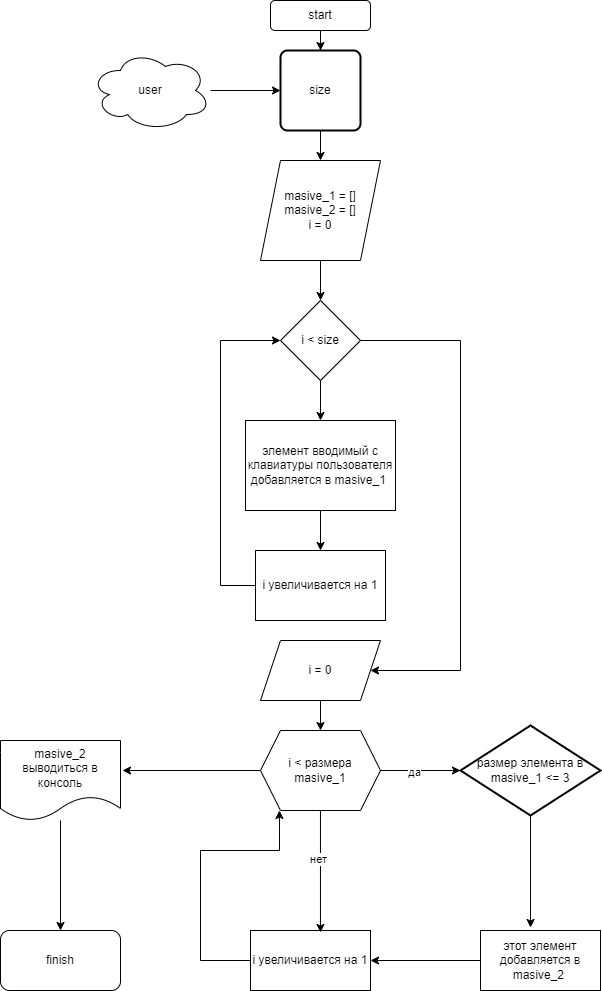
Above: блок-схема.png in usermld/Certification (draw.io), before the change. Source tidied: cells renumbered, new cells last; positions are measured from the earlier drawing's top-left corner, leaving out a move shared by most shapes. Its diagram source:
```xml
<mxGraphModel>
  <root>
    <mxCell id="0" />
    <mxCell id="1" parent="0" />
    <mxCell id="2" style="edgeStyle=orthogonalEdgeStyle;rounded=0;jettySize=auto;html=1;" parent="1" edge="1" source="3" target="12">
      <mxGeometry relative="1" as="geometry" />
    </mxCell>
    <mxCell id="3" value="start" style="rounded=1;whiteSpace=wrap;html=1;" parent="1" vertex="1">
      <mxGeometry x="270" width="100" height="30" as="geometry" />
    </mxCell>
    <mxCell id="4" style="edgeStyle=orthogonalEdgeStyle;rounded=0;jettySize=auto;html=1;" parent="1" edge="1" source="5" target="10">
      <mxGeometry relative="1" as="geometry" />
    </mxCell>
    <mxCell id="5" value="masive_1 = []&lt;br&gt;masive_2 = []&lt;br&gt;i = 0" style="shape=parallelogram;perimeter=parallelogramPerimeter;whiteSpace=wrap;html=1;fixedSize=1;" parent="1" vertex="1">
      <mxGeometry x="260" y="160" width="120" height="100" as="geometry" />
    </mxCell>
    <mxCell id="6" style="edgeStyle=orthogonalEdgeStyle;rounded=0;jettySize=auto;html=1;" parent="1" edge="1" source="7" target="12">
      <mxGeometry relative="1" as="geometry" />
    </mxCell>
    <mxCell id="7" value="user" style="ellipse;shape=cloud;whiteSpace=wrap;html=1;" parent="1" vertex="1">
      <mxGeometry x="90" y="50" width="120" height="80" as="geometry" />
    </mxCell>
    <mxCell id="8" style="edgeStyle=orthogonalEdgeStyle;rounded=0;jettySize=auto;html=1;" parent="1" edge="1" source="10" target="14">
      <mxGeometry relative="1" as="geometry" />
    </mxCell>
    <mxCell id="9" style="edgeStyle=orthogonalEdgeStyle;rounded=0;jettySize=auto;html=1;entryX=1;entryY=0.5;entryDx=0;entryDy=0;" parent="1" edge="1" source="10" target="18">
      <mxGeometry relative="1" as="geometry">
        <Array as="points">
          <mxPoint x="460" y="340" />
          <mxPoint x="460" y="670" />
        </Array>
      </mxGeometry>
    </mxCell>
    <mxCell id="10" value="i &amp;lt; size" style="rhombus;whiteSpace=wrap;html=1;" parent="1" vertex="1">
      <mxGeometry x="280" y="300" width="80" height="80" as="geometry" />
    </mxCell>
    <mxCell id="11" style="edgeStyle=orthogonalEdgeStyle;rounded=0;jettySize=auto;html=1;entryX=0.5;entryY=0;entryDx=0;entryDy=0;" parent="1" edge="1" source="12" target="5">
      <mxGeometry relative="1" as="geometry" />
    </mxCell>
    <mxCell id="12" value="size" style="rounded=1;whiteSpace=wrap;html=1;absoluteArcSize=1;arcSize=14;strokeWidth=2;" parent="1" vertex="1">
      <mxGeometry x="280" y="50" width="80" height="80" as="geometry" />
    </mxCell>
    <mxCell id="13" style="edgeStyle=orthogonalEdgeStyle;rounded=0;jettySize=auto;html=1;" parent="1" edge="1" source="14" target="16">
      <mxGeometry relative="1" as="geometry" />
    </mxCell>
    <mxCell id="14" value="элемент вводимый с клавиатуры пользователя добавляется в masive_1&amp;nbsp;" style="rounded=0;whiteSpace=wrap;html=1;" parent="1" vertex="1">
      <mxGeometry x="245" y="420" width="150" height="90" as="geometry" />
    </mxCell>
    <mxCell id="15" style="edgeStyle=orthogonalEdgeStyle;rounded=0;jettySize=auto;html=1;entryX=0;entryY=0.5;entryDx=0;entryDy=0;" parent="1" edge="1" source="16" target="10">
      <mxGeometry relative="1" as="geometry">
        <Array as="points">
          <mxPoint x="220" y="585" />
          <mxPoint x="220" y="340" />
        </Array>
      </mxGeometry>
    </mxCell>
    <mxCell id="16" value="i увеличивается на 1" style="rounded=0;whiteSpace=wrap;html=1;" parent="1" vertex="1">
      <mxGeometry x="255" y="550" width="130" height="70" as="geometry" />
    </mxCell>
    <mxCell id="17" style="edgeStyle=orthogonalEdgeStyle;rounded=0;jettySize=auto;html=1;entryX=0.5;entryY=0;entryDx=0;entryDy=0;" parent="1" edge="1" source="18" target="24">
      <mxGeometry relative="1" as="geometry" />
    </mxCell>
    <mxCell id="18" value="i = 0" style="shape=parallelogram;perimeter=parallelogramPerimeter;whiteSpace=wrap;html=1;fixedSize=1;" parent="1" vertex="1">
      <mxGeometry x="260" y="640" width="120" height="60" as="geometry" />
    </mxCell>
    <mxCell id="19" value="размер элемента в masive_1 &amp;lt;= 3" style="strokeWidth=2;html=1;shape=mxgraph.flowchart.decision;whiteSpace=wrap;" parent="1" vertex="1">
      <mxGeometry x="460" y="725" width="140" height="90" as="geometry" />
    </mxCell>
    <mxCell id="20" style="edgeStyle=orthogonalEdgeStyle;rounded=0;jettySize=auto;html=1;entryX=1;entryY=0.5;entryDx=0;entryDy=0;" parent="1" edge="1" source="21" target="22">
      <mxGeometry relative="1" as="geometry" />
    </mxCell>
    <mxCell id="21" value="этот элемент добавляется в masive_2&amp;nbsp;" style="rounded=0;whiteSpace=wrap;html=1;" parent="1" vertex="1">
      <mxGeometry x="480" y="930" width="120" height="60" as="geometry" />
    </mxCell>
    <mxCell id="22" value="i увеличивается на 1" style="rounded=0;whiteSpace=wrap;html=1;" parent="1" vertex="1">
      <mxGeometry x="250" y="930" width="120" height="60" as="geometry" />
    </mxCell>
    <mxCell id="23" style="edgeStyle=orthogonalEdgeStyle;rounded=0;jettySize=auto;html=1;entryX=0.417;entryY=-0.05;entryDx=0;entryDy=0;entryPerimeter=0;" parent="1" edge="1" source="19" target="21">
      <mxGeometry relative="1" as="geometry" />
    </mxCell>
    <mxCell id="24" value="i &amp;lt; размера masive_1" style="shape=hexagon;perimeter=hexagonPerimeter2;whiteSpace=wrap;html=1;fixedSize=1;" parent="1" vertex="1">
      <mxGeometry x="260" y="730" width="120" height="80" as="geometry" />
    </mxCell>
    <mxCell id="25" style="edgeStyle=orthogonalEdgeStyle;rounded=0;jettySize=auto;html=1;entryX=0;entryY=0.5;entryDx=0;entryDy=0;entryPerimeter=0;" parent="1" edge="1" source="24" target="19">
      <mxGeometry relative="1" as="geometry" />
    </mxCell>
    <mxCell id="26" value="да" style="edgeLabel;html=1;align=center;verticalAlign=middle;" parent="25" vertex="1">
      <mxGeometry x="-0.17" y="-1" relative="1" as="geometry" />
    </mxCell>
    <mxCell id="27" style="edgeStyle=orthogonalEdgeStyle;rounded=0;jettySize=auto;html=1;entryX=0.158;entryY=1;entryDx=0;entryDy=0;entryPerimeter=0;" parent="1" edge="1" source="22" target="24">
      <mxGeometry relative="1" as="geometry">
        <Array as="points">
          <mxPoint x="200" y="960" />
          <mxPoint x="200" y="850" />
          <mxPoint x="279" y="850" />
        </Array>
      </mxGeometry>
    </mxCell>
    <mxCell id="28" style="edgeStyle=orthogonalEdgeStyle;rounded=0;jettySize=auto;html=1;entryX=0.583;entryY=0.033;entryDx=0;entryDy=0;entryPerimeter=0;" parent="1" edge="1" source="24" target="22">
      <mxGeometry relative="1" as="geometry" />
    </mxCell>
    <mxCell id="29" value="нет" style="edgeLabel;html=1;align=center;verticalAlign=middle;" parent="28" vertex="1">
      <mxGeometry x="-0.21" y="-2" relative="1" as="geometry" />
    </mxCell>
    <mxCell id="30" style="edgeStyle=orthogonalEdgeStyle;rounded=0;jettySize=auto;html=1;entryX=0.5;entryY=0;entryDx=0;entryDy=0;" parent="1" edge="1" source="31" target="32">
      <mxGeometry relative="1" as="geometry" />
    </mxCell>
    <mxCell id="31" value="masive_2 выводиться в консоль" style="shape=document;whiteSpace=wrap;html=1;boundedLbl=1;" parent="1" vertex="1">
      <mxGeometry y="740" width="120" height="80" as="geometry" />
    </mxCell>
    <mxCell id="32" value="finish" style="rounded=1;whiteSpace=wrap;html=1;" parent="1" vertex="1">
      <mxGeometry y="930" width="120" height="60" as="geometry" />
    </mxCell>
    <mxCell id="33" style="edgeStyle=orthogonalEdgeStyle;rounded=0;jettySize=auto;html=1;entryX=1.017;entryY=0.375;entryDx=0;entryDy=0;entryPerimeter=0;" parent="1" edge="1" source="24" target="31">
      <mxGeometry relative="1" as="geometry" />
    </mxCell>
  </root>
</mxGraphModel>
```
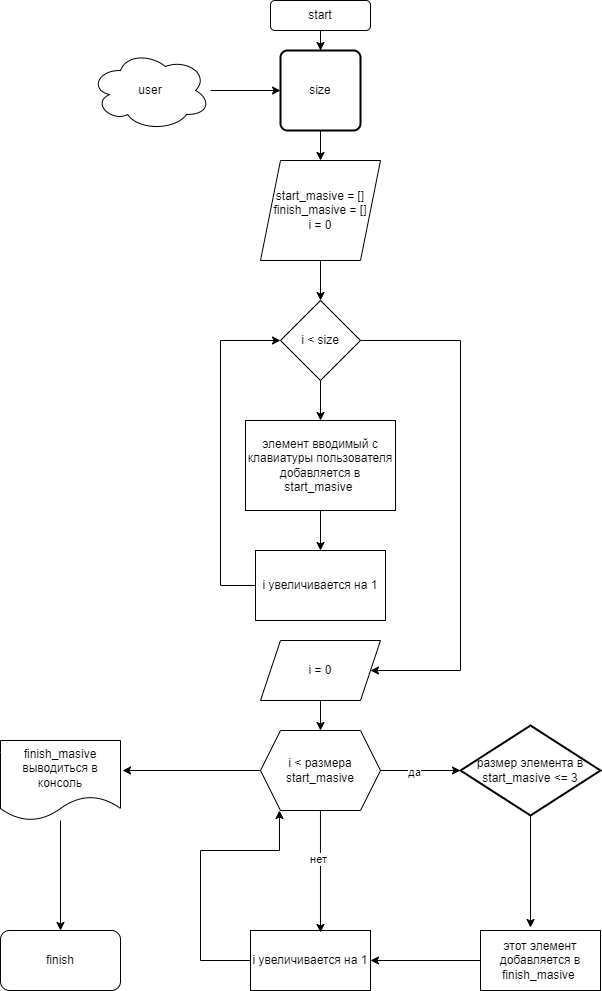
After the change.

Commit message:
изменил блок-схему, переиминовал переменые в коде и доптсал README

Diff of the diagram source:
```diff
@@ -11,7 +11,7 @@
     <mxCell id="4" style="edgeStyle=orthogonalEdgeStyle;rounded=0;jettySize=auto;html=1;" parent="1" edge="1" source="5" target="10">
       <mxGeometry relative="1" as="geometry" />
     </mxCell>
-    <mxCell id="5" value="masive_1 = []&lt;br&gt;masive_2 = []&lt;br&gt;i = 0" style="shape=parallelogram;perimeter=parallelogramPerimeter;whiteSpace=wrap;html=1;fixedSize=1;" parent="1" vertex="1">
+    <mxCell id="5" value="start_masive = []&lt;br&gt;finish_masive = []&lt;br&gt;i = 0" style="shape=parallelogram;perimeter=parallelogramPerimeter;whiteSpace=wrap;html=1;fixedSize=1;" parent="1" vertex="1">
       <mxGeometry x="260" y="160" width="120" height="100" as="geometry" />
     </mxCell>
     <mxCell id="6" style="edgeStyle=orthogonalEdgeStyle;rounded=0;jettySize=auto;html=1;" parent="1" edge="1" source="7" target="12">
@@ -43,7 +43,7 @@
     <mxCell id="13" style="edgeStyle=orthogonalEdgeStyle;rounded=0;jettySize=auto;html=1;" parent="1" edge="1" source="14" target="16">
       <mxGeometry relative="1" as="geometry" />
     </mxCell>
-    <mxCell id="14" value="элемент вводимый с клавиатуры пользователя добавляется в masive_1&amp;nbsp;" style="rounded=0;whiteSpace=wrap;html=1;" parent="1" vertex="1">
+    <mxCell id="14" value="элемент вводимый с клавиатуры пользователя добавляется в start_masive&amp;nbsp;" style="rounded=0;whiteSpace=wrap;html=1;" parent="1" vertex="1">
       <mxGeometry x="245" y="420" width="150" height="90" as="geometry" />
     </mxCell>
     <mxCell id="15" style="edgeStyle=orthogonalEdgeStyle;rounded=0;jettySize=auto;html=1;entryX=0;entryY=0.5;entryDx=0;entryDy=0;" parent="1" edge="1" source="16" target="10">
@@ -63,13 +63,13 @@
     <mxCell id="18" value="i = 0" style="shape=parallelogram;perimeter=parallelogramPerimeter;whiteSpace=wrap;html=1;fixedSize=1;" parent="1" vertex="1">
       <mxGeometry x="260" y="640" width="120" height="60" as="geometry" />
     </mxCell>
-    <mxCell id="19" value="размер элемента в masive_1 &amp;lt;= 3" style="strokeWidth=2;html=1;shape=mxgraph.flowchart.decision;whiteSpace=wrap;" parent="1" vertex="1">
+    <mxCell id="19" value="размер элемента в start_masive &amp;lt;= 3" style="strokeWidth=2;html=1;shape=mxgraph.flowchart.decision;whiteSpace=wrap;" parent="1" vertex="1">
       <mxGeometry x="460" y="725" width="140" height="90" as="geometry" />
     </mxCell>
     <mxCell id="20" style="edgeStyle=orthogonalEdgeStyle;rounded=0;jettySize=auto;html=1;entryX=1;entryY=0.5;entryDx=0;entryDy=0;" parent="1" edge="1" source="21" target="22">
       <mxGeometry relative="1" as="geometry" />
     </mxCell>
-    <mxCell id="21" value="этот элемент добавляется в masive_2&amp;nbsp;" style="rounded=0;whiteSpace=wrap;html=1;" parent="1" vertex="1">
+    <mxCell id="21" value="этот элемент добавляется в finish_masive&amp;nbsp;" style="rounded=0;whiteSpace=wrap;html=1;" parent="1" vertex="1">
       <mxGeometry x="480" y="930" width="120" height="60" as="geometry" />
     </mxCell>
     <mxCell id="22" value="i увеличивается на 1" style="rounded=0;whiteSpace=wrap;html=1;" parent="1" vertex="1">
@@ -78,7 +78,7 @@
     <mxCell id="23" style="edgeStyle=orthogonalEdgeStyle;rounded=0;jettySize=auto;html=1;entryX=0.417;entryY=-0.05;entryDx=0;entryDy=0;entryPerimeter=0;" parent="1" edge="1" source="19" target="21">
       <mxGeometry relative="1" as="geometry" />
     </mxCell>
-    <mxCell id="24" value="i &amp;lt; размера masive_1" style="shape=hexagon;perimeter=hexagonPerimeter2;whiteSpace=wrap;html=1;fixedSize=1;" parent="1" vertex="1">
+    <mxCell id="24" value="i &amp;lt; размера start_masive" style="shape=hexagon;perimeter=hexagonPerimeter2;whiteSpace=wrap;html=1;fixedSize=1;" parent="1" vertex="1">
       <mxGeometry x="260" y="730" width="120" height="80" as="geometry" />
     </mxCell>
     <mxCell id="25" style="edgeStyle=orthogonalEdgeStyle;rounded=0;jettySize=auto;html=1;entryX=0;entryY=0.5;entryDx=0;entryDy=0;entryPerimeter=0;" parent="1" edge="1" source="24" target="19">
@@ -105,7 +105,7 @@
     <mxCell id="30" style="edgeStyle=orthogonalEdgeStyle;rounded=0;jettySize=auto;html=1;entryX=0.5;entryY=0;entryDx=0;entryDy=0;" parent="1" edge="1" source="31" target="32">
       <mxGeometry relative="1" as="geometry" />
     </mxCell>
-    <mxCell id="31" value="masive_2 выводиться в консоль" style="shape=document;whiteSpace=wrap;html=1;boundedLbl=1;" parent="1" vertex="1">
+    <mxCell id="31" value="finish_masive выводиться в консоль" style="shape=document;whiteSpace=wrap;html=1;boundedLbl=1;" parent="1" vertex="1">
       <mxGeometry y="740" width="120" height="80" as="geometry" />
     </mxCell>
     <mxCell id="32" value="finish" style="rounded=1;whiteSpace=wrap;html=1;" parent="1" vertex="1">
```
